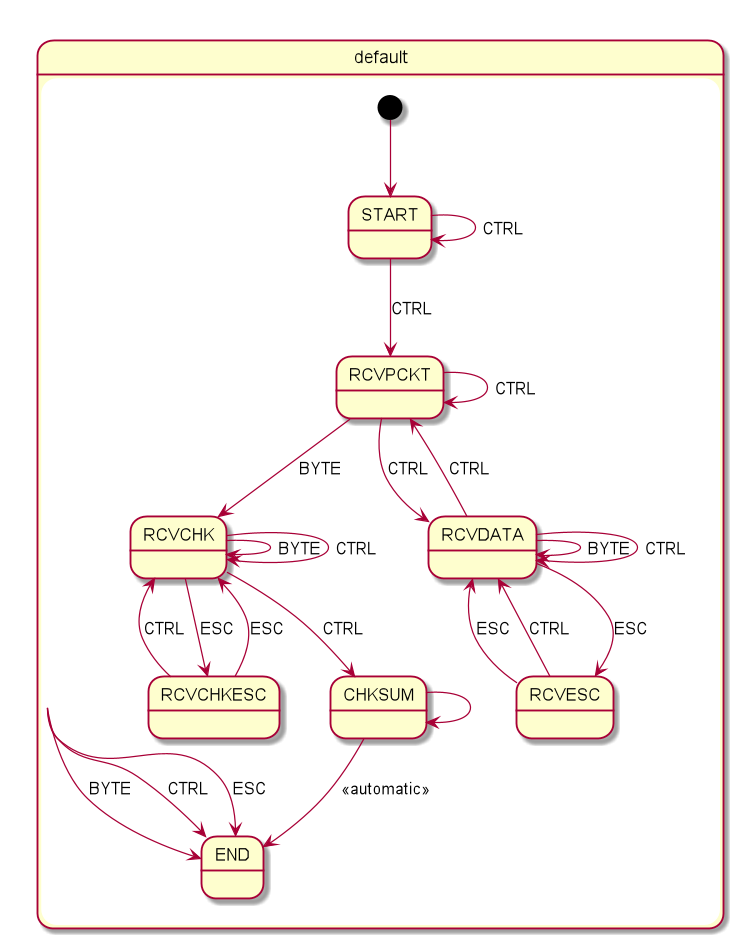
open-jumpco/kfsm keeps this PlantUML diagram as packet_reader.png. Above is the earlier version. The source it was exported from:
```plantuml
@startuml
state default {
  [*] --> START
  START --> START : CTRL
  RCVPCKT --> RCVPCKT : CTRL
  RCVPCKT --> RCVCHK : BYTE
  RCVDATA --> RCVDATA : BYTE
  RCVDATA --> RCVDATA : CTRL
  RCVDATA --> RCVESC : ESC
  RCVESC --> RCVDATA : ESC
  RCVESC --> RCVDATA : CTRL
  RCVCHK --> RCVCHK : BYTE
  RCVCHK --> RCVCHKESC : ESC
  RCVCHK --> RCVCHK : CTRL
  RCVCHKESC --> RCVCHK : ESC
  RCVCHKESC --> RCVCHK : CTRL
  START --> RCVPCKT : CTRL
  RCVPCKT --> RCVDATA : CTRL
  RCVDATA --> RCVPCKT : CTRL
  RCVCHK --> CHKSUM : CTRL
  default --> END : BYTE
  default --> END : CTRL
  default --> END : ESC
  CHKSUM --> CHKSUM
  CHKSUM --> END : <<automatic>>
}
@enduml
```
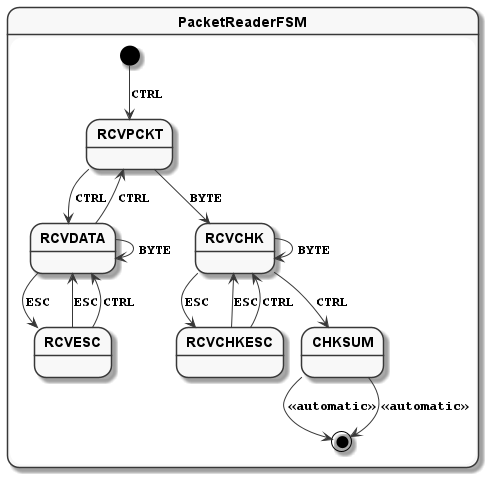
The same file after the commit.

Change to the diagram source:
```diff
@@ -1,27 +1,27 @@
 @startuml
-state default {
-  [*] --> START
-  START --> START : CTRL
-  RCVPCKT --> RCVPCKT : CTRL
-  RCVPCKT --> RCVCHK : BYTE
-  RCVDATA --> RCVDATA : BYTE
-  RCVDATA --> RCVDATA : CTRL
-  RCVDATA --> RCVESC : ESC
-  RCVESC --> RCVDATA : ESC
-  RCVESC --> RCVDATA : CTRL
-  RCVCHK --> RCVCHK : BYTE
-  RCVCHK --> RCVCHKESC : ESC
-  RCVCHK --> RCVCHK : CTRL
-  RCVCHKESC --> RCVCHK : ESC
-  RCVCHKESC --> RCVCHK : CTRL
-  START --> RCVPCKT : CTRL
-  RCVPCKT --> RCVDATA : CTRL
-  RCVDATA --> RCVPCKT : CTRL
-  RCVCHK --> CHKSUM : CTRL
-  default --> END : BYTE
-  default --> END : CTRL
-  default --> END : ESC
-  CHKSUM --> CHKSUM
-  CHKSUM --> END : <<automatic>>
+skinparam monochrome true
+skinparam StateFontName Helvetica
+skinparam defaultFontName Monospaced
+skinparam defaultFontStyle Bold
+skinparam state {
+    FontColor Black
+    FontStyle Bold
+}
+state PacketReaderFSM {
+[*] --> RCVPCKT : CTRL
+RCVPCKT --> RCVDATA : CTRL
+RCVPCKT --> RCVCHK : BYTE
+RCVDATA --> RCVDATA : BYTE
+RCVDATA --> RCVPCKT : CTRL
+RCVDATA --> RCVESC : ESC
+RCVESC --> RCVDATA : ESC
+RCVESC --> RCVDATA : CTRL
+RCVCHK --> RCVCHK : BYTE
+RCVCHK --> RCVCHKESC : ESC
+RCVCHK --> CHKSUM : CTRL
+CHKSUM --> [*] : <<automatic>>
+CHKSUM --> [*] : <<automatic>>
+RCVCHKESC --> RCVCHK : ESC
+RCVCHKESC --> RCVCHK : CTRL
 }
 @enduml
```
